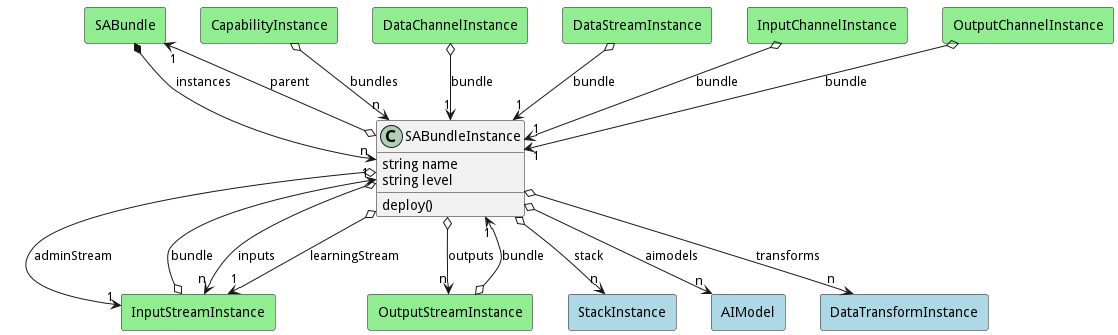
Above: docs/sabr/diml/sabm/models/sabundleinstance/logical.png in madajaju/sabr (PlantUML), before the change.
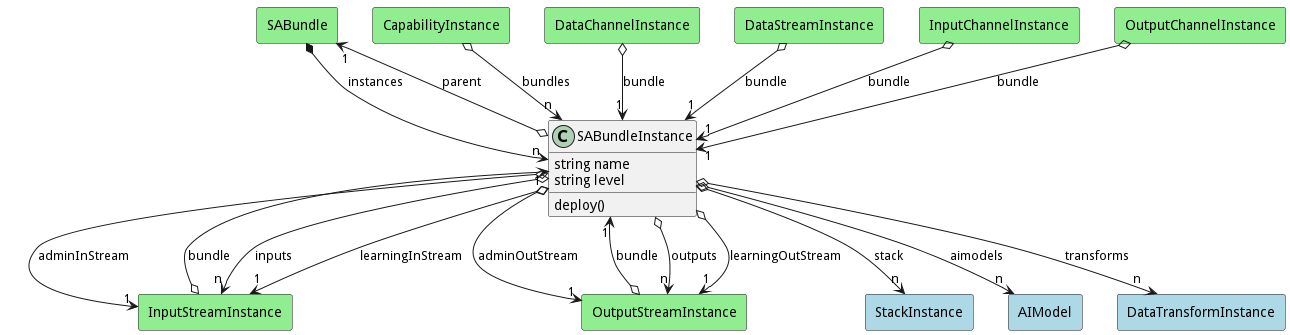
The same file after the commit.

The edit, as a diff of the source:
```diff
@@ -29,13 +29,25 @@
 rectangle "InputStreamInstance" as InputStreamInstance #lightblue {
 }
 
-Model o--> "1" InputStreamInstance : learningStream
+Model o--> "1" InputStreamInstance : learningInStream
 
 
 rectangle "InputStreamInstance" as InputStreamInstance #lightblue {
 }
 
-Model o--> "1" InputStreamInstance : adminStream
+Model o--> "1" InputStreamInstance : adminInStream
+
+
+rectangle "OutputStreamInstance" as OutputStreamInstance #lightblue {
+}
+
+Model o--> "1" OutputStreamInstance : learningOutStream
+
+
+rectangle "OutputStreamInstance" as OutputStreamInstance #lightblue {
+}
+
+Model o--> "1" OutputStreamInstance : adminOutStream
 
 
 rectangle "StackInstance" as StackInstance #lightblue {
@@ -73,11 +85,6 @@
 
         DataStreamInstance   o--> "1" Model : "bundle"
 
-    rectangle "SABundle" as SABundle #lightgreen {
-    }
-
-        SABundle   *--> "n" Model : "instances"
-
     rectangle "InputChannelInstance" as InputChannelInstance #lightgreen {
     }
 
@@ -98,5 +105,10 @@
 
         OutputStreamInstance   o--> "1" Model : "bundle"
 
+    rectangle "SABundle" as SABundle #lightgreen {
+    }
+
+        SABundle   *--> "n" Model : "instances"
+
 
 @enduml
```
